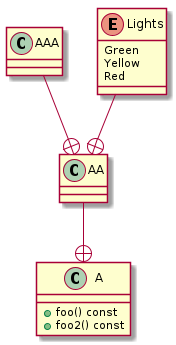
Earlier version of the PlantUML export docs/test_cases/t00004_class.png (bkryza/clang-uml).
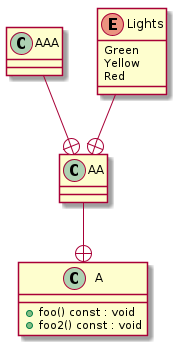
The same file after the commit.

Diff of the diagram source:
```diff
@@ -6,8 +6,8 @@
 class "AAA" as C_0000000015
 
 class C_0000000011 {
-+foo() const
-+foo2() const
++foo() const : void
++foo2() const : void
 }
 
 class C_0000000012 {
```
